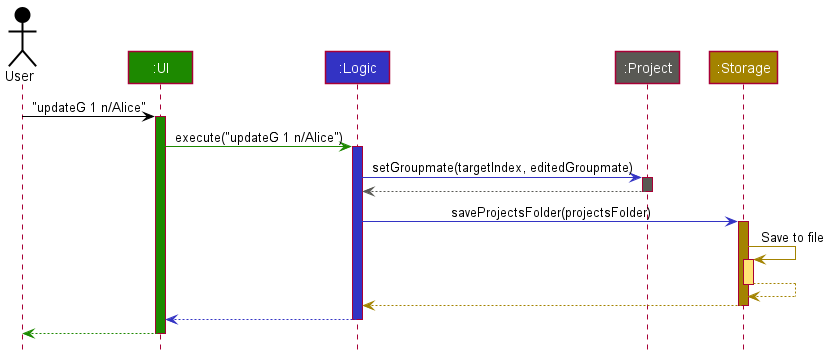
Before: docs/images/UpdateGroupmateCommandSequenceDiagram.png, a diagram exported from PlantUML (nus-cs2103-AY2021S2/tp).
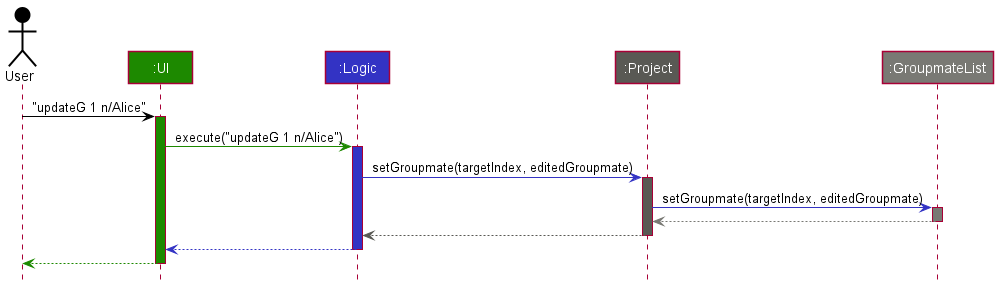
Later version of the same file.

Commit message:
Fix problems, update diagrams

Change to the diagram source:
```diff
@@ -5,7 +5,7 @@
 Participant ":UI" as ui UI_COLOR
 Participant ":Logic" as logic LOGIC_COLOR
 Participant ":Project" as project PROJECT_COLOR
-Participant ":Storage" as storage STORAGE_COLOR
+Participant ":GroupmateList" as groupmatelist GROUPMATELIST_COLOR
 
 user -[USER_COLOR]> ui : "updateG 1 n/Alice"
 activate ui UI_COLOR
@@ -16,19 +16,14 @@
 logic -[LOGIC_COLOR]> project : setGroupmate(targetIndex, editedGroupmate)
 activate project PROJECT_COLOR
 
+project -[LOGIC_COLOR]> groupmatelist : setGroupmate(targetIndex, editedGroupmate)
+activate groupmatelist GROUPMATELIST_COLOR
+
+groupmatelist --[GROUPMATELIST_COLOR]> project
+deactivate groupmatelist
+
 project -[PROJECT_COLOR]-> logic
 deactivate project
-
-logic -[LOGIC_COLOR]> storage : saveProjectsFolder(projectsFolder)
-activate storage STORAGE_COLOR
-
-storage -[STORAGE_COLOR]> storage : Save to file
-activate storage STORAGE_COLOR_T1
-storage --[STORAGE_COLOR]> storage
-deactivate storage
-
-storage --[STORAGE_COLOR]> logic
-deactivate storage
 
 logic --[LOGIC_COLOR]> ui
 deactivate logic
```
